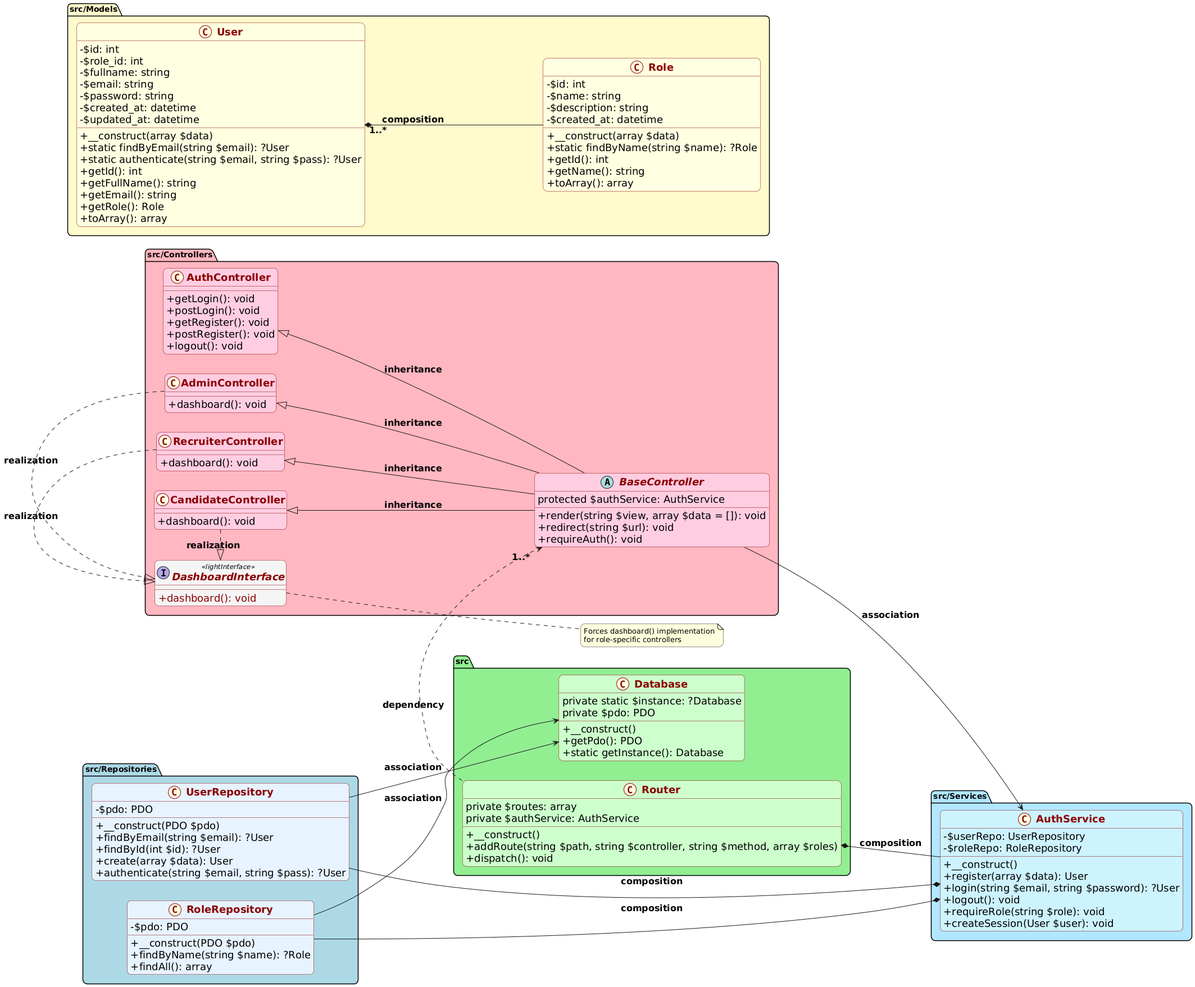
Above: assets/SAMVC_CLASS.png in Sami-Regragui-Work/SAMVC (PlantUML), before the change. Its diagram source:
```plantuml
@startuml
left to right direction

skinparam classAttributeIconSize 0
skinparam RoundCorner 15
hide <<spotClass>> stereotype

<style>
spotClass {
  BackgroundColor #FFFFE0
  LineColor darkred
  FontColor darkred
}
lightInterface {
  BackgroundColor #F5F5F5
  LineColor darkred
  FontColor darkred
}
</style>

skinparam class {
  ArrowFontStyle bold
  ArrowFontSize 16
  FontStyle bold
  FontColor darkred
  AttributeFontSize 18
  BorderColor darkred
}

package "src/Models" #FFFACD {
  class User <<spotClass>> #FFFFE0 {
    - $id: int
    - $role_id: int
    - $fullname: string
    - $email: string
    - $password: string
    - $created_at: datetime
    - $updated_at: datetime
    + __construct(array $data)
    + static findByEmail(string $email): ?User
    + static authenticate(string $email, string $pass): ?User
    + getId(): int
    + getFullName(): string
    + getEmail(): string
    + getRole(): Role
    + toArray(): array
  }

  class Role <<spotClass>> #FFFFE0 {
    - $id: int
    - $name: string
    - $description: string
    - $created_at: datetime
    + __construct(array $data)
    + static findByName(string $name): ?Role
    + getId(): int
    + getName(): string
    + toArray(): array
  }
}

package "src/Repositories" #ADD8E6 {
  class UserRepository #E6F3FF {
    - $pdo: PDO
    + __construct(PDO $pdo)
    + findByEmail(string $email): ?User
    + findById(int $id): ?User
    + create(array $data): User
    + authenticate(string $email, string $pass): ?User
  }

  class RoleRepository #E6F3FF {
    - $pdo: PDO
    + __construct(PDO $pdo)
    + findByName(string $name): ?Role
    + findAll(): array
  }
}

package "src/Services" #B0E6FF {
  class AuthService #CCF2FF {
    - $userRepo: UserRepository
    - $roleRepo: RoleRepository
    + __construct()
    + register(array $data): User
    + login(string $email, string $password): ?User
    + logout(): void
    + requireRole(string $role): void
    + createSession(User $user): void
  }
}

package "src/Controllers" #FFB6C1 {
  interface DashboardInterface <<lightInterface>> #F5F5F5 {
    + dashboard(): void
  }

  abstract class BaseController #FFCCE0 {
    protected $authService: AuthService
    + render(string $view, array $data = []): void
    + redirect(string $url): void
    + requireAuth(): void
  }

  class AuthController #FFCCE0 {
    + getLogin(): void
    + postLogin(): void
    + getRegister(): void
    + postRegister(): void
    + logout(): void
  }

  class CandidateController #FFCCE0 {
    + dashboard(): void
  }

  class RecruiterController #FFCCE0 {
    + dashboard(): void
  }

  class AdminController #FFCCE0 {
    + dashboard(): void
  }
}

package "src" #90EE90 {
  class Router #CCFFCC {
    private $routes: array
    private $authService: AuthService
    + __construct()
    + addRoute(string $path, string $controller, string $method, array $roles)
    + dispatch(): void
  }

  class Database #CCFFCC {
    private static $instance: ?Database
    private $pdo: PDO
    + __construct()
    + getPdo(): PDO
    + static getInstance(): Database
  }
}

User "1..*" *-- Role : composition
UserRepository --> Database : association
RoleRepository --> Database : association
AuthService *-- UserRepository : composition
AuthService *-- RoleRepository : composition

AuthController <|-- BaseController : inheritance
CandidateController <|-- BaseController : inheritance
RecruiterController <|-- BaseController : inheritance
AdminController <|-- BaseController : inheritance

CandidateController .|> DashboardInterface : realization
RecruiterController .|> DashboardInterface : realization
AdminController .|> DashboardInterface : realization

BaseController --> AuthService : association
Router *-- AuthService : composition
Router ..> "1..*" BaseController : dependency

note right of DashboardInterface
  Forces dashboard() implementation
  for role-specific controllers
end note
@enduml
```
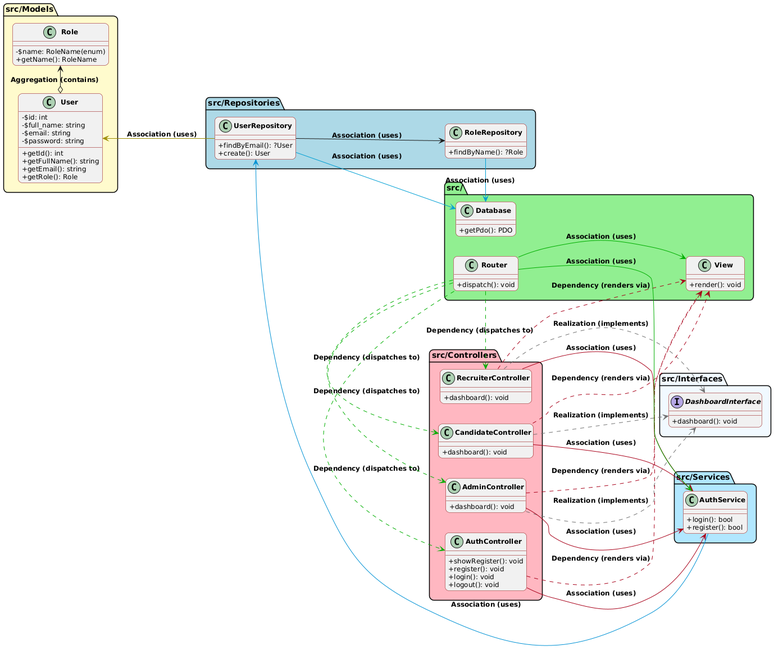
Later version of the same file.

What changed in the source:
```diff
@@ -4,164 +4,114 @@
 skinparam classAttributeIconSize 0
 skinparam RoundCorner 15
 hide <<spotClass>> stereotype
-
-<style>
-spotClass {
-  BackgroundColor #FFFFE0
-  LineColor darkred
-  FontColor darkred
-}
-lightInterface {
-  BackgroundColor #F5F5F5
-  LineColor darkred
-  FontColor darkred
-}
-</style>
+hide <<interface>> stereotype
 
 skinparam class {
   ArrowFontStyle bold
-  ArrowFontSize 16
+  ArrowFontSize 12
   FontStyle bold
-  FontColor darkred
-  AttributeFontSize 18
+  AttributeFontSize 12
   BorderColor darkred
 }
 
 package "src/Models" #FFFACD {
-  class User <<spotClass>> #FFFFE0 {
+  class User {
     - $id: int
-    - $role_id: int
-    - $fullname: string
+    - $full_name: string
     - $email: string
     - $password: string
-    - $created_at: datetime
-    - $updated_at: datetime
-    + __construct(array $data)
-    + static findByEmail(string $email): ?User
-    + static authenticate(string $email, string $pass): ?User
     + getId(): int
     + getFullName(): string
     + getEmail(): string
     + getRole(): Role
-    + toArray(): array
   }
+  class Role {
+    - $name: RoleName(enum)
+    + getName(): RoleName
+  }
+}
 
-  class Role <<spotClass>> #FFFFE0 {
-    - $id: int
-    - $name: string
-    - $description: string
-    - $created_at: datetime
-    + __construct(array $data)
-    + static findByName(string $name): ?Role
-    + getId(): int
-    + getName(): string
-    + toArray(): array
+package "src/Interfaces" #F0F8FF {
+  interface DashboardInterface {
+    + dashboard(): void
+  }
+}
+
+package "src/Controllers" #FFB6C1 {
+  class AuthController {
+    + showRegister(): void
+    + register(): void
+    + login(): void
+    + logout(): void
+  }
+  class CandidateController {
+    + dashboard(): void
+  }
+  class RecruiterController {
+    + dashboard(): void
+  }
+  class AdminController {
+    + dashboard(): void
+  }
+}
+
+package "src/" #90EE90 {
+  class Router {
+    + dispatch(): void
+  }
+  class View {
+    + render(): void
+  }
+  class Database {
+    + getPdo(): PDO
+  }
+}
+
+package "src/Services" #B0E6FF {
+  class AuthService {
+    + login(): bool
+    + register(): bool
   }
 }
 
 package "src/Repositories" #ADD8E6 {
-  class UserRepository #E6F3FF {
-    - $pdo: PDO
-    + __construct(PDO $pdo)
-    + findByEmail(string $email): ?User
-    + findById(int $id): ?User
-    + create(array $data): User
-    + authenticate(string $email, string $pass): ?User
+  class UserRepository {
+    + findByEmail(): ?User
+    + create(): User
   }
-
-  class RoleRepository #E6F3FF {
-    - $pdo: PDO
-    + __construct(PDO $pdo)
-    + findByName(string $name): ?Role
-    + findAll(): array
+  class RoleRepository {
+    + findByName(): ?Role
   }
 }
 
-package "src/Services" #B0E6FF {
-  class AuthService #CCF2FF {
-    - $userRepo: UserRepository
-    - $roleRepo: RoleRepository
-    + __construct()
-    + register(array $data): User
-    + login(string $email, string $password): ?User
-    + logout(): void
-    + requireRole(string $role): void
-    + createSession(User $user): void
-  }
-}
+User o-> Role : Aggregation (contains)
 
-package "src/Controllers" #FFB6C1 {
-  interface DashboardInterface <<lightInterface>> #F5F5F5 {
-    + dashboard(): void
-  }
+User <-[#9b8b00]- UserRepository : Association (uses)
 
-  abstract class BaseController #FFCCE0 {
-    protected $authService: AuthService
-    + render(string $view, array $data = []): void
-    + redirect(string $url): void
-    + requireAuth(): void
-  }
+UserRepository --> RoleRepository : Association (uses)
+UserRepository -[#009ed3]-> Database : Association (uses)
+RoleRepository -[#009ed3]-> Database : Association (uses)
 
-  class AuthController #FFCCE0 {
-    + getLogin(): void
-    + postLogin(): void
-    + getRegister(): void
-    + postRegister(): void
-    + logout(): void
-  }
+CandidateController .-[#707070]> DashboardInterface : Realization (implements)
+RecruiterController .-[#707070]> DashboardInterface : Realization (implements)
+AdminController .-[#707070]> DashboardInterface : Realization (implements)
 
-  class CandidateController #FFCCE0 {
-    + dashboard(): void
-  }
+AuthController -[#a70019]-> AuthService : Association (uses)
+CandidateController -[#a70019]-> AuthService : Association (uses)
+RecruiterController -[#a70019]-> AuthService : Association (uses)
+AdminController -[#a70019]-> AuthService : Association (uses)
 
-  class RecruiterController #FFCCE0 {
-    + dashboard(): void
-  }
+AuthController .-[#a70019].> View : Dependency (renders via)
+CandidateController .-[#a70019].> View : Dependency (renders via)
+RecruiterController .-[#a70019].> View : Dependency (renders via)
+AdminController .-[#a70019].> View : Dependency (renders via)
 
-  class AdminController #FFCCE0 {
-    + dashboard(): void
-  }
-}
+Router -[#00ad00]-> AuthService : Association (uses)
+Router -[#00ad00]-> View : Association (uses)
+Router .-[#00ad00].> AuthController : Dependency (dispatches to)
+Router .-[#00ad00].> CandidateController : Dependency (dispatches to)
+Router .-[#00ad00].> RecruiterController : Dependency (dispatches to)
+Router .-[#00ad00].> AdminController : Dependency (dispatches to)
 
-package "src" #90EE90 {
-  class Router #CCFFCC {
-    private $routes: array
-    private $authService: AuthService
-    + __construct()
-    + addRoute(string $path, string $controller, string $method, array $roles)
-    + dispatch(): void
-  }
-
-  class Database #CCFFCC {
-    private static $instance: ?Database
-    private $pdo: PDO
-    + __construct()
-    + getPdo(): PDO
-    + static getInstance(): Database
-  }
-}
-
-User "1..*" *-- Role : composition
-UserRepository --> Database : association
-RoleRepository --> Database : association
-AuthService *-- UserRepository : composition
-AuthService *-- RoleRepository : composition
-
-AuthController <|-- BaseController : inheritance
-CandidateController <|-- BaseController : inheritance
-RecruiterController <|-- BaseController : inheritance
-AdminController <|-- BaseController : inheritance
-
-CandidateController .|> DashboardInterface : realization
-RecruiterController .|> DashboardInterface : realization
-AdminController .|> DashboardInterface : realization
-
-BaseController --> AuthService : association
-Router *-- AuthService : composition
-Router ..> "1..*" BaseController : dependency
-
-note right of DashboardInterface
-  Forces dashboard() implementation
-  for role-specific controllers
-end note
+AuthService -[#0090d3]-> UserRepository : Association (uses)
 @enduml
```
